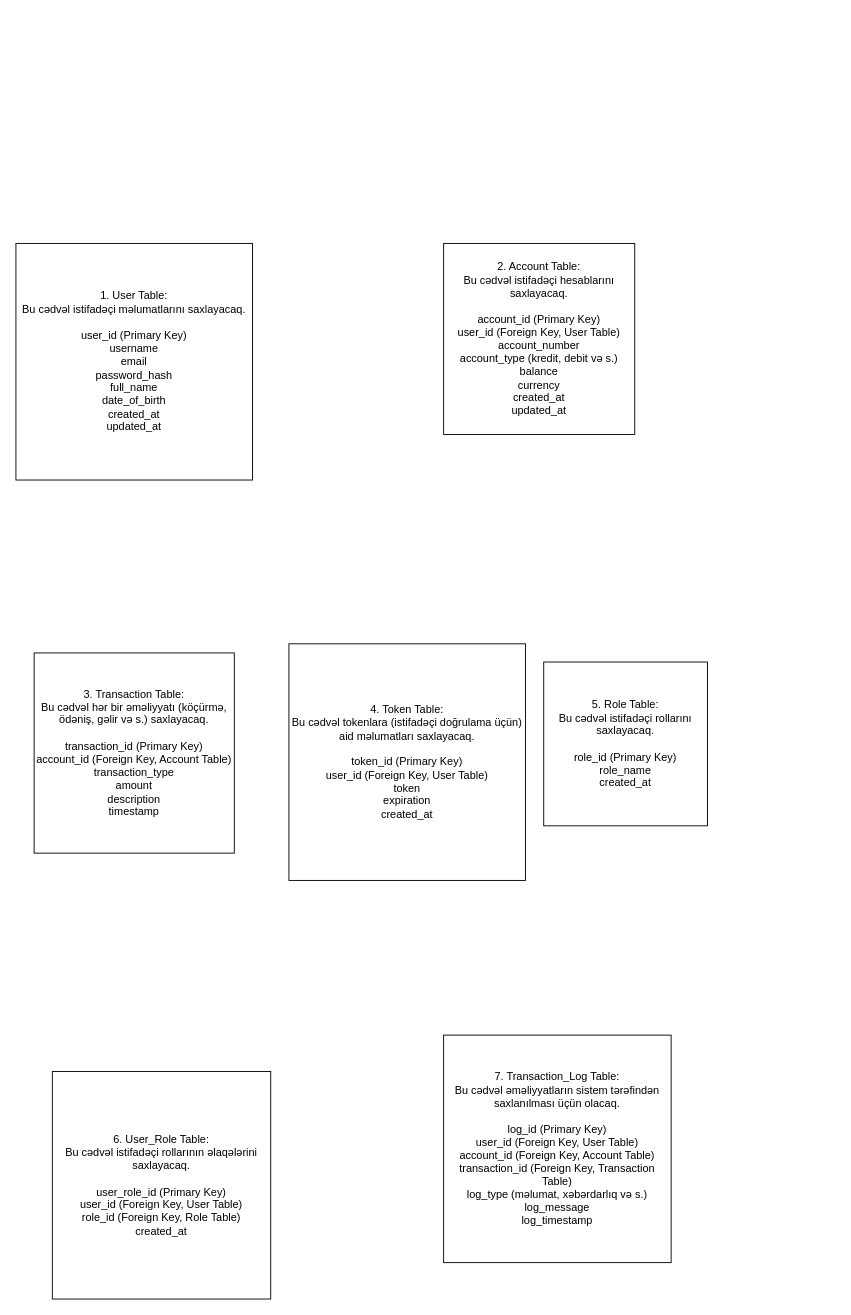
Above: Başlıksız Diyagram.drawio in IntelligentCoderFA/MyNewProject (draw.io), before the change. Source tidied: cells renumbered, new cells numbered last; positions are measured from the earlier drawing's top-left corner, leaving out a move shared by most shapes. Both pictures are drawn from the tidied source at 91%, with x=0, y=0 at pixel (15, 243).
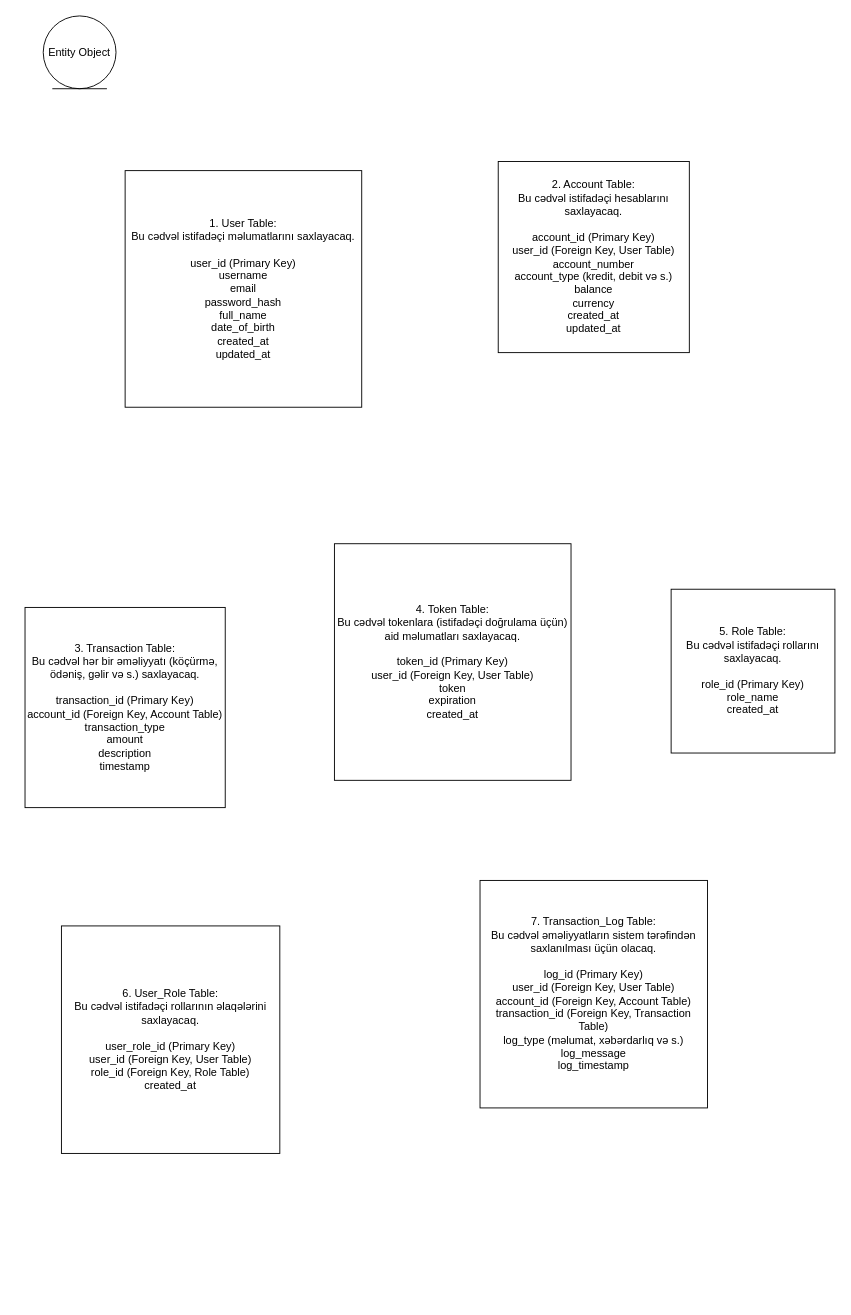
Above is the later version.

Diff of the diagram source:
```diff
@@
 <mxGraphModel>
   <root>
     <mxCell id="0" />
     <mxCell id="1" parent="0" />
     <mxCell id="2" value="&lt;div&gt;1. User Table:&lt;/div&gt;&lt;div&gt;Bu cədvəl istifadəçi məlumatlarını saxlayacaq.&lt;/div&gt;&lt;div&gt;&lt;br&gt;&lt;/div&gt;&lt;div&gt;user_id (Primary Key)&lt;/div&gt;&lt;div&gt;username&lt;/div&gt;&lt;div&gt;email&lt;/div&gt;&lt;div&gt;password_hash&lt;/div&gt;&lt;div&gt;full_name&lt;/div&gt;&lt;div&gt;date_of_birth&lt;/div&gt;&lt;div&gt;created_at&lt;/div&gt;&lt;div&gt;updated_at&lt;/div&gt;" style="whiteSpace=wrap;html=1;" parent="1" vertex="1">
-      <mxGeometry width="260" height="260" as="geometry" />
+      <mxGeometry x="120" y="-80" width="260" height="260" as="geometry" />
     </mxCell>
     <mxCell id="3" value="&lt;div&gt;2. Account Table:&lt;/div&gt;&lt;div&gt;Bu cədvəl istifadəçi hesablarını saxlayacaq.&lt;/div&gt;&lt;div&gt;&lt;br&gt;&lt;/div&gt;&lt;div&gt;account_id (Primary Key)&lt;/div&gt;&lt;div&gt;user_id (Foreign Key, User Table)&lt;/div&gt;&lt;div&gt;account_number&lt;/div&gt;&lt;div&gt;account_type (kredit, debit və s.)&lt;/div&gt;&lt;div&gt;balance&lt;/div&gt;&lt;div&gt;currency&lt;/div&gt;&lt;div&gt;created_at&lt;/div&gt;&lt;div&gt;updated_at&lt;/div&gt;" style="whiteSpace=wrap;html=1;" parent="1" vertex="1">
-      <mxGeometry x="470" width="210" height="210" as="geometry" />
+      <mxGeometry x="530" y="-90" width="210" height="210" as="geometry" />
     </mxCell>
     <mxCell id="4" value="&lt;div&gt;3. Transaction Table:&lt;/div&gt;&lt;div&gt;Bu cədvəl hər bir əməliyyatı (köçürmə, ödəniş, gəlir və s.) saxlayacaq.&lt;/div&gt;&lt;div&gt;&lt;br&gt;&lt;/div&gt;&lt;div&gt;transaction_id (Primary Key)&lt;/div&gt;&lt;div&gt;account_id (Foreign Key, Account Table)&lt;/div&gt;&lt;div&gt;transaction_type&lt;/div&gt;&lt;div&gt;amount&lt;/div&gt;&lt;div&gt;description&lt;/div&gt;&lt;div&gt;timestamp&lt;/div&gt;" style="whiteSpace=wrap;html=1;" parent="1" vertex="1">
-      <mxGeometry x="20" y="450" width="220" height="220" as="geometry" />
+      <mxGeometry x="10" y="400" width="220" height="220" as="geometry" />
     </mxCell>
     <mxCell id="5" value="&lt;div&gt;4. Token Table:&lt;/div&gt;&lt;div&gt;Bu cədvəl tokenlara (istifadəçi doğrulama üçün) aid məlumatları saxlayacaq.&lt;/div&gt;&lt;div&gt;&lt;br&gt;&lt;/div&gt;&lt;div&gt;token_id (Primary Key)&lt;/div&gt;&lt;div&gt;user_id (Foreign Key, User Table)&lt;/div&gt;&lt;div&gt;token&lt;/div&gt;&lt;div&gt;expiration&lt;/div&gt;&lt;div&gt;created_at&lt;/div&gt;" style="whiteSpace=wrap;html=1;" parent="1" vertex="1">
-      <mxGeometry x="300" y="440" width="260" height="260" as="geometry" />
+      <mxGeometry x="350" y="330" width="260" height="260" as="geometry" />
     </mxCell>
     <mxCell id="6" value="&lt;div&gt;5. Role Table:&lt;/div&gt;&lt;div&gt;Bu cədvəl istifadəçi rollarını saxlayacaq.&lt;/div&gt;&lt;div&gt;&lt;br&gt;&lt;/div&gt;&lt;div&gt;role_id (Primary Key)&lt;/div&gt;&lt;div&gt;role_name&lt;/div&gt;&lt;div&gt;created_at&lt;/div&gt;" style="whiteSpace=wrap;html=1;" parent="1" vertex="1">
-      <mxGeometry x="580" y="460" width="180" height="180" as="geometry" />
+      <mxGeometry x="720" y="380" width="180" height="180" as="geometry" />
     </mxCell>
     <mxCell id="7" value="&lt;div&gt;6. User_Role Table:&lt;/div&gt;&lt;div&gt;Bu cədvəl istifadəçi rollarının əlaqələrini saxlayacaq.&lt;/div&gt;&lt;div&gt;&lt;br&gt;&lt;/div&gt;&lt;div&gt;user_role_id (Primary Key)&lt;/div&gt;&lt;div&gt;user_id (Foreign Key, User Table)&lt;/div&gt;&lt;div&gt;role_id (Foreign Key, Role Table)&lt;/div&gt;&lt;div&gt;created_at&lt;/div&gt;" style="rounded=0;whiteSpace=wrap;html=1;" parent="1" vertex="1">
-      <mxGeometry x="40" y="910" width="240" height="250" as="geometry" />
+      <mxGeometry x="50" y="750" width="240" height="250" as="geometry" />
     </mxCell>
     <mxCell id="8" value="&lt;div&gt;7. Transaction_Log Table:&lt;/div&gt;&lt;div&gt;Bu cədvəl əməliyyatların sistem tərəfindən saxlanılması üçün olacaq.&lt;/div&gt;&lt;div&gt;&lt;br&gt;&lt;/div&gt;&lt;div&gt;log_id (Primary Key)&lt;/div&gt;&lt;div&gt;user_id (Foreign Key, User Table)&lt;/div&gt;&lt;div&gt;account_id (Foreign Key, Account Table)&lt;/div&gt;&lt;div&gt;transaction_id (Foreign Key, Transaction Table)&lt;/div&gt;&lt;div&gt;log_type (məlumat, xəbərdarlıq və s.)&lt;/div&gt;&lt;div&gt;log_message&lt;/div&gt;&lt;div&gt;log_timestamp&lt;/div&gt;" style="whiteSpace=wrap;html=1;" parent="1" vertex="1">
-      <mxGeometry x="470" y="870" width="250" height="250" as="geometry" />
+      <mxGeometry x="510" y="700" width="250" height="250" as="geometry" />
     </mxCell>
+    <mxCell id="9" value="Entity Object" style="ellipse;shape=umlEntity;whiteSpace=wrap;html=1;" parent="1" vertex="1">
+      <mxGeometry x="30" y="-250" width="80" height="80" as="geometry" />
+    </mxCell>
   </root>
 </mxGraphModel>
```
